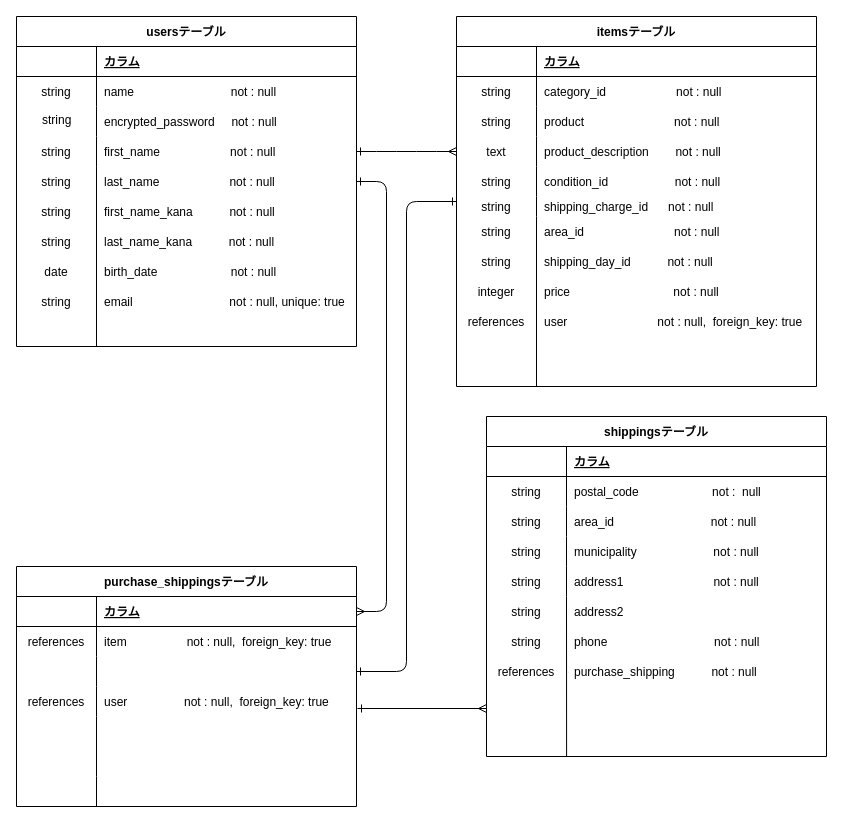
This is furima.dio from shigeruhanafusa/furima-38077, a draw.io file, before an edit. Source tidied: cells renumbered, new cells numbered last; positions are measured from the earlier drawing's top-left corner, leaving out a move shared by most shapes. Both pictures are drawn from the tidied source at 100%, with x=0, y=0 at pixel (16, 16).
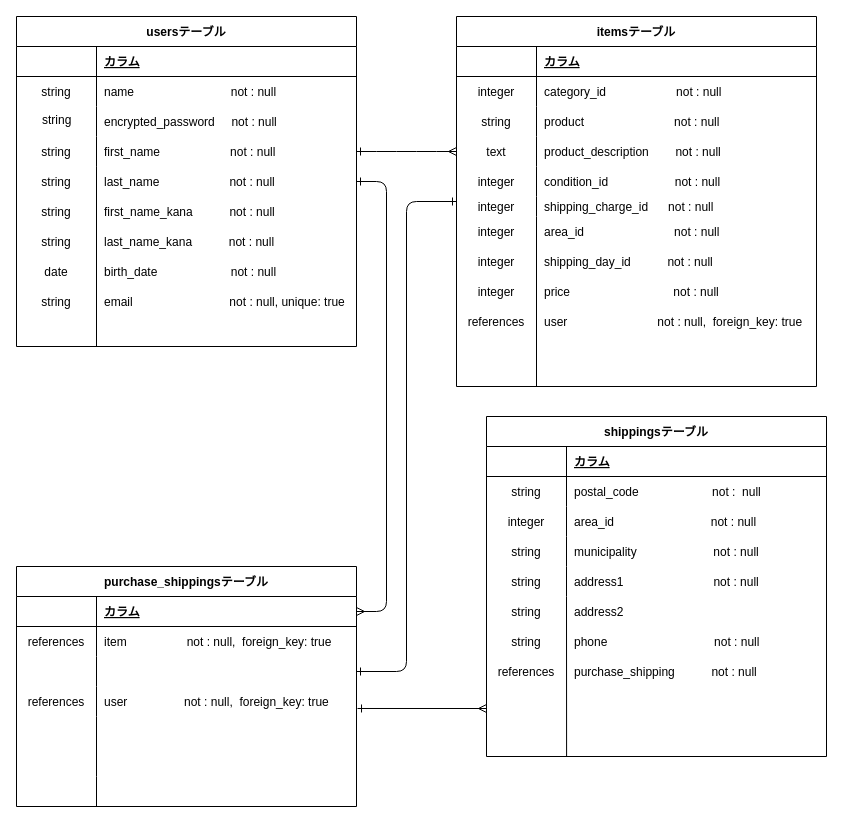
The same diagram, later.

Commit message (it also covers changes not shown here):
ER図とREADMEの修正3

The change refers to these unchanged cells:
```xml
<mxCell id="25" style="shape=partialRectangle;fillColor=none;top=0;left=0;bottom=0;right=0;" parent="21" vertex="1">
  <mxGeometry y="60" width="360" height="30" as="geometry" />
</mxCell>
<mxCell id="34" style="shape=partialRectangle;fillColor=none;top=0;left=0;bottom=0;right=0;" parent="21" vertex="1">
  <mxGeometry y="150" width="360" height="30" as="geometry" />
</mxCell>
<mxCell id="37" style="shape=partialRectangle;fillColor=none;top=0;left=0;bottom=0;right=0;" parent="21" vertex="1">
  <mxGeometry y="180" width="360" height="20" as="geometry" />
</mxCell>
<mxCell id="40" style="shape=partialRectangle;fillColor=none;top=0;left=0;bottom=0;right=0;" parent="21" vertex="1">
  <mxGeometry y="200" width="360" height="30" as="geometry" />
</mxCell>
<mxCell id="50" style="shape=partialRectangle;fillColor=none;top=0;left=0;bottom=0;right=0;" parent="43" vertex="1">
  <mxGeometry y="90" width="340" height="30" as="geometry" />
</mxCell>
```

Change to the diagram source:
```diff
@@
-    <mxCell id="26" value="string" style="shape=partialRectangle;fillColor=none;top=0;left=0;bottom=0;right=0;overflow=hidden;" parent="25" vertex="1">
+    <mxCell id="26" value="integer" style="shape=partialRectangle;fillColor=none;top=0;left=0;bottom=0;right=0;overflow=hidden;" parent="25" vertex="1">
       <mxGeometry width="80" height="30" as="geometry" />
     </mxCell>
@@
-    <mxCell id="35" value="string" style="shape=partialRectangle;fillColor=none;top=0;left=0;bottom=0;right=0;overflow=hidden;" parent="34" vertex="1">
+    <mxCell id="35" value="integer" style="shape=partialRectangle;fillColor=none;top=0;left=0;bottom=0;right=0;overflow=hidden;" parent="34" vertex="1">
       <mxGeometry width="80" height="30" as="geometry" />
     </mxCell>
@@
-    <mxCell id="38" value="string" style="shape=partialRectangle;fillColor=none;top=0;left=0;bottom=0;right=0;overflow=hidden;" parent="37" vertex="1">
+    <mxCell id="38" value="integer" style="shape=partialRectangle;fillColor=none;top=0;left=0;bottom=0;right=0;overflow=hidden;" parent="37" vertex="1">
       <mxGeometry width="80" height="20" as="geometry" />
     </mxCell>
@@
-    <mxCell id="41" value="string" style="shape=partialRectangle;fillColor=none;top=0;left=0;bottom=0;right=0;overflow=hidden;" parent="40" vertex="1">
+    <mxCell id="41" value="integer" style="shape=partialRectangle;fillColor=none;top=0;left=0;bottom=0;right=0;overflow=hidden;" parent="40" vertex="1">
       <mxGeometry width="80" height="30" as="geometry" />
     </mxCell>
@@
-    <mxCell id="51" value="string" style="shape=partialRectangle;fillColor=none;top=0;left=0;bottom=0;right=0;overflow=hidden;" parent="50" vertex="1">
+    <mxCell id="51" value="integer" style="shape=partialRectangle;fillColor=none;top=0;left=0;bottom=0;right=0;overflow=hidden;" parent="50" vertex="1">
       <mxGeometry width="80" height="30" as="geometry" />
     </mxCell>
@@
-    <mxCell id="63" value="string" style="shape=partialRectangle;fillColor=none;top=0;left=0;bottom=0;right=0;overflow=hidden;" parent="1" vertex="1">
+    <mxCell id="63" value="integer" style="shape=partialRectangle;fillColor=none;top=0;left=0;bottom=0;right=0;overflow=hidden;" parent="1" vertex="1">
       <mxGeometry x="440" y="230" width="80" height="30" as="geometry" />
     </mxCell>
```
